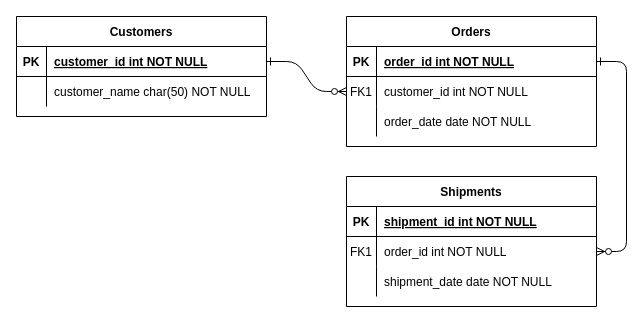
This is Diagrama sin título.drawio from Flaviabel/BackEnd, a draw.io file, before an edit. Source tidied: cells renumbered, new cells numbered last; positions are measured from the earlier drawing's top-left corner, leaving out a move shared by most shapes. Both pictures are drawn from the tidied source at 100%, with x=0, y=0 at pixel (16, 16).
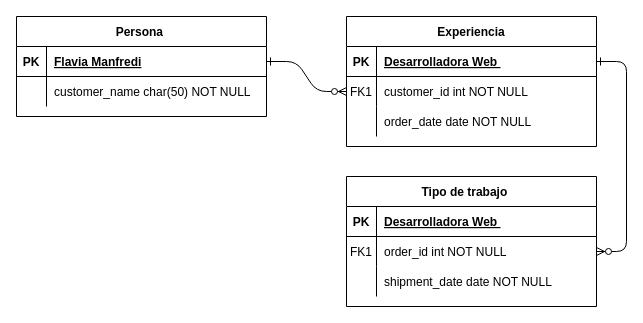
The same diagram, later.

The change refers to these unchanged cells:
```xml
<mxCell id="5" style="shape=partialRectangle;fillColor=none;points=[[0,0.5],[1,0.5]];portConstraint=eastwest;top=0;left=0;right=0;bottom=1;" parent="4" vertex="1">
  <mxGeometry y="30" width="250" height="30" as="geometry" />
</mxCell>
<mxCell id="15" style="shape=partialRectangle;fillColor=none;top=0;left=0;right=0;bottom=1;" parent="14" vertex="1">
  <mxGeometry y="30" width="250" height="30" as="geometry" />
</mxCell>
<mxCell id="25" style="shape=partialRectangle;fillColor=none;points=[[0,0.5],[1,0.5]];portConstraint=eastwest;top=0;left=0;right=0;bottom=1;" parent="24" vertex="1">
  <mxGeometry y="30" width="250" height="30" as="geometry" />
</mxCell>
```

What changed in the source:
```diff
@@
-    <mxCell id="4" value="Orders" style="shape=table;startSize=30;childLayout=tableLayout;rowLines=0;fontStyle=1;align=center;" parent="1" vertex="1">
+    <mxCell id="4" value="Experiencia" style="shape=table;startSize=30;childLayout=tableLayout;rowLines=0;fontStyle=1;align=center;" parent="1" vertex="1">
       <mxGeometry x="330" width="250" height="130" as="geometry" />
     </mxCell>
@@
-    <mxCell id="7" value="order_id int NOT NULL " style="shape=partialRectangle;overflow=hidden;fillColor=none;top=0;left=0;bottom=0;right=0;align=left;spacingLeft=6;fontStyle=5;" parent="5" vertex="1">
+    <mxCell id="7" value="Desarrolladora Web " style="shape=partialRectangle;overflow=hidden;fillColor=none;top=0;left=0;bottom=0;right=0;align=left;spacingLeft=6;fontStyle=5;" parent="5" vertex="1">
       <mxGeometry x="30" width="220" height="30" as="geometry" />
     </mxCell>
@@
-    <mxCell id="14" value="Shipments" style="shape=table;startSize=30;childLayout=tableLayout;rowLines=0;fontStyle=1;align=center;" parent="1" vertex="1">
+    <mxCell id="14" value="Tipo de trabajo    " style="shape=table;startSize=30;childLayout=tableLayout;rowLines=0;fontStyle=1;align=center;" parent="1" vertex="1">
       <mxGeometry x="330" y="160" width="250" height="130" as="geometry" />
     </mxCell>
@@
-    <mxCell id="17" value="shipment_id int NOT NULL " style="shape=partialRectangle;overflow=hidden;fillColor=none;top=0;left=0;bottom=0;right=0;align=left;spacingLeft=6;fontStyle=5;" parent="15" vertex="1">
+    <mxCell id="17" value="Desarrolladora Web " style="shape=partialRectangle;overflow=hidden;fillColor=none;top=0;left=0;bottom=0;right=0;align=left;spacingLeft=6;fontStyle=5;" parent="15" vertex="1">
       <mxGeometry x="30" width="220" height="30" as="geometry" />
     </mxCell>
@@
-    <mxCell id="24" value="Customers" style="shape=table;startSize=30;childLayout=tableLayout;rowLines=0;fontStyle=1;align=center;" parent="1" vertex="1">
+    <mxCell id="24" value="Persona " style="shape=table;startSize=30;childLayout=tableLayout;rowLines=0;fontStyle=1;align=center;" parent="1" vertex="1">
       <mxGeometry width="250" height="100" as="geometry" />
     </mxCell>
@@
-    <mxCell id="27" value="customer_id int NOT NULL " style="shape=partialRectangle;overflow=hidden;fillColor=none;top=0;left=0;bottom=0;right=0;align=left;spacingLeft=6;fontStyle=5;" parent="25" vertex="1">
+    <mxCell id="27" value="Flavia Manfredi" style="shape=partialRectangle;overflow=hidden;fillColor=none;top=0;left=0;bottom=0;right=0;align=left;spacingLeft=6;fontStyle=5;" parent="25" vertex="1">
       <mxGeometry x="30" width="220" height="30" as="geometry" />
     </mxCell>
```
